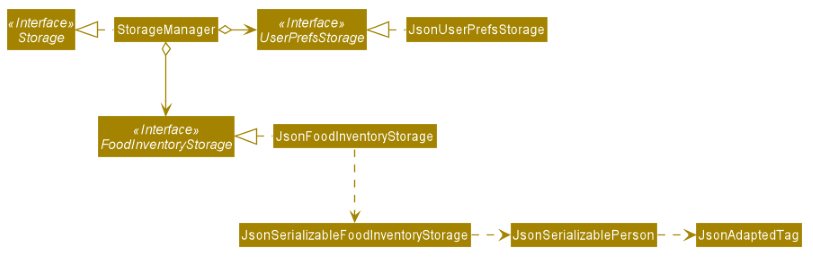
rolandyuwy/tp keeps this PlantUML diagram as docs/images/StorageClassDiagram.png. Above is the earlier version. Its source is kept beside it as docs/diagrams/StorageClassDiagram.puml.
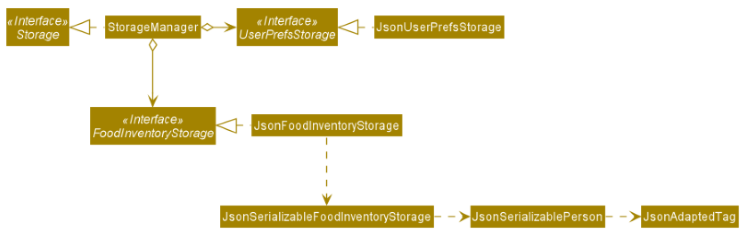
Later version of the same file.

What changed in the source:
```diff
@@ -19,6 +19,6 @@
 JsonUserPrefsStorage .left.|> UserPrefsStorage
 JsonFoodInventoryStorage .left.|> FoodInventoryStorage
 JsonFoodInventoryStorage .down.> JsonSerializableFoodInventoryStorage
-JsonSerializableFoodInventoryStorage .right.> JsonSerializablePerson
-JsonSerializablePerson .right.> JsonAdaptedTag
+JsonSerializableFoodInventoryStorage .right.> JsonSerializableFood
+JsonSerializableFood .right.> JsonAdaptedTag
 @enduml
```
